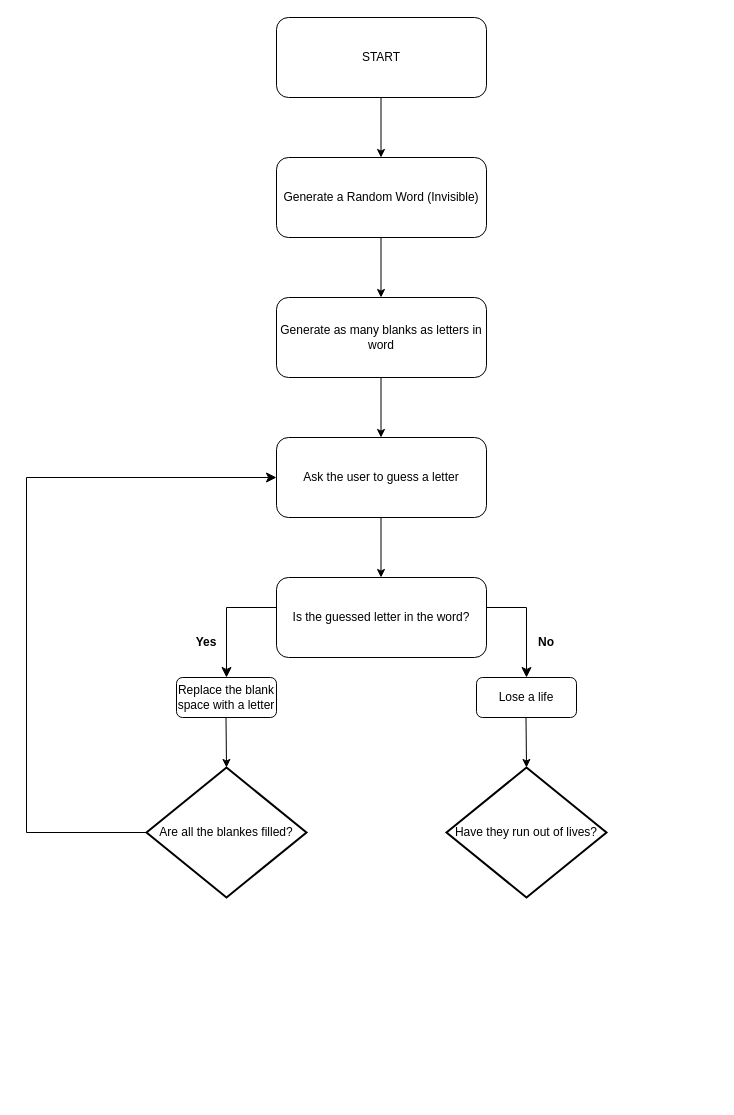
Earlier version of the draw.io diagram Hangman.drawio (YuvalYanay/My-Projects-Portfolio). Source tidied: cells renumbered, new cells numbered last; positions are measured from the earlier drawing's top-left corner, leaving out a move shared by most shapes. Both pictures are drawn from the tidied source at 100%, with x=0, y=0 at pixel (26, 17).
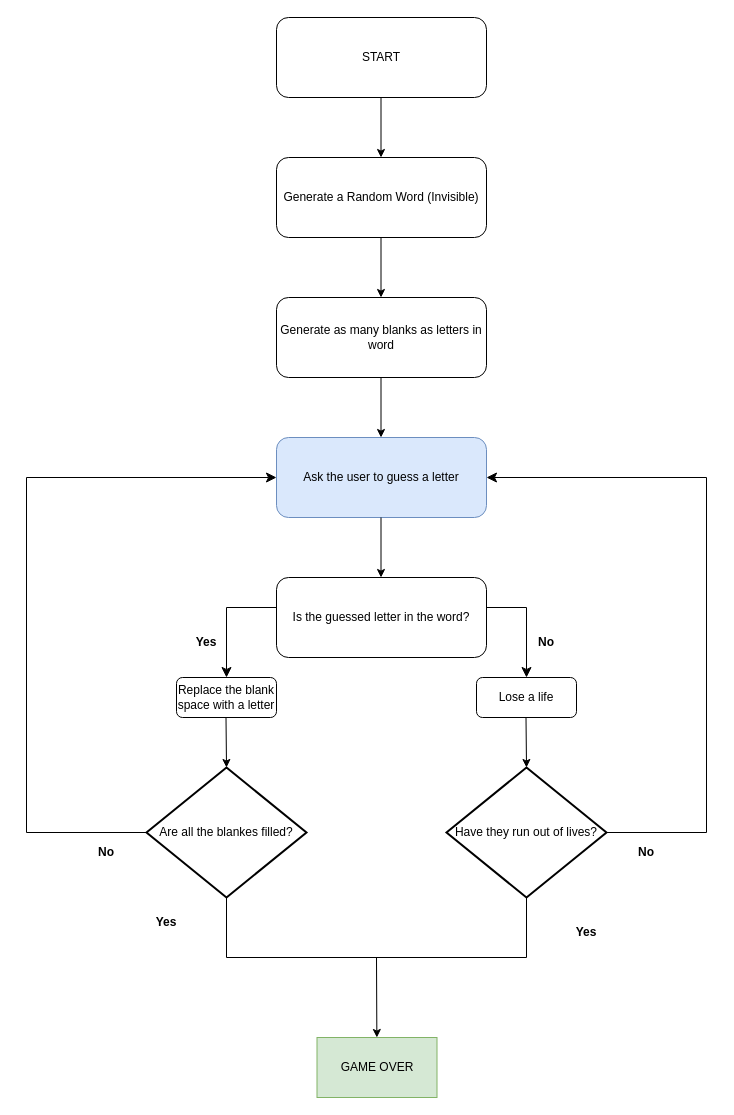
After the change.

Unchanged cells that the change refers to:
```xml
<mxCell id="19" value="Have they run out of lives?" style="strokeWidth=2;html=1;shape=mxgraph.flowchart.decision;whiteSpace=wrap;" parent="1" vertex="1">
  <mxGeometry x="420" y="750" width="160" height="130" as="geometry" />
</mxCell>
```

What changed in the source:
```diff
@@
-    <mxCell id="8" value="Ask the user to guess a letter" style="rounded=1;whiteSpace=wrap;html=1;" parent="1" vertex="1">
+    <mxCell id="8" value="Ask the user to guess a letter" style="rounded=1;whiteSpace=wrap;html=1;fillColor=#dae8fc;strokeColor=#6c8ebf;" parent="1" vertex="1">
       <mxGeometry x="250" y="420" width="210" height="80" as="geometry" />
     </mxCell>
@@
+    <mxCell id="22" value="&lt;b&gt;No&lt;/b&gt;" style="text;strokeColor=none;align=center;fillColor=none;html=1;verticalAlign=middle;whiteSpace=wrap;rounded=0;" parent="1" vertex="1">
+      <mxGeometry x="50" y="820" width="60" height="30" as="geometry" />
+    </mxCell>
+    <mxCell id="23" value="&lt;b&gt;Yes&lt;/b&gt;" style="text;strokeColor=none;align=center;fillColor=none;html=1;verticalAlign=middle;whiteSpace=wrap;rounded=0;" parent="1" vertex="1">
+      <mxGeometry x="110" y="890" width="60" height="30" as="geometry" />
+    </mxCell>
+    <mxCell id="24" value="&lt;b&gt;No&lt;/b&gt;" style="text;strokeColor=none;align=center;fillColor=none;html=1;verticalAlign=middle;whiteSpace=wrap;rounded=0;" parent="1" vertex="1">
+      <mxGeometry x="590" y="820" width="60" height="30" as="geometry" />
+    </mxCell>
+    <mxCell id="25" style="edgeStyle=elbowEdgeStyle;elbow=horizontal;endArrow=classic;html=1;curved=0;rounded=0;endSize=8;startSize=8;entryX=1;entryY=0.5;entryDx=0;entryDy=0;exitX=1;exitY=0.5;exitDx=0;exitDy=0;exitPerimeter=0;" parent="1" edge="1" source="19" target="8">
+      <mxGeometry relative="1" as="geometry">
+        <Array as="points">
+          <mxPoint x="680" y="650" />
+        </Array>
+      </mxGeometry>
+    </mxCell>
+    <mxCell id="26" value="&lt;b&gt;Yes&lt;/b&gt;" style="text;strokeColor=none;align=center;fillColor=none;html=1;verticalAlign=middle;whiteSpace=wrap;rounded=0;" parent="1" vertex="1">
+      <mxGeometry x="530" y="900" width="60" height="30" as="geometry" />
+    </mxCell>
+    <mxCell id="27" style="shape=partialRectangle;whiteSpace=wrap;html=1;top=0;left=0;fillColor=none;direction=south;" parent="1" vertex="1">
+      <mxGeometry x="200" y="880" width="150" height="60" as="geometry" />
+    </mxCell>
+    <mxCell id="28" style="shape=partialRectangle;whiteSpace=wrap;html=1;top=0;left=0;fillColor=none;" parent="1" vertex="1">
+      <mxGeometry x="350" y="880" width="150" height="60" as="geometry" />
+    </mxCell>
+    <mxCell id="29" style="endArrow=classic;html=1;rounded=0;" parent="1" edge="1" target="30">
+      <mxGeometry relative="1" as="geometry">
+        <mxPoint x="350" y="940" as="sourcePoint" />
+      </mxGeometry>
+    </mxCell>
+    <mxCell id="30" value="GAME OVER" style="rounded=0;whiteSpace=wrap;html=1;fillColor=#d5e8d4;strokeColor=#82b366;" parent="1" vertex="1">
+      <mxGeometry x="290.5" y="1020" width="120" height="60" as="geometry" />
+    </mxCell>
```
